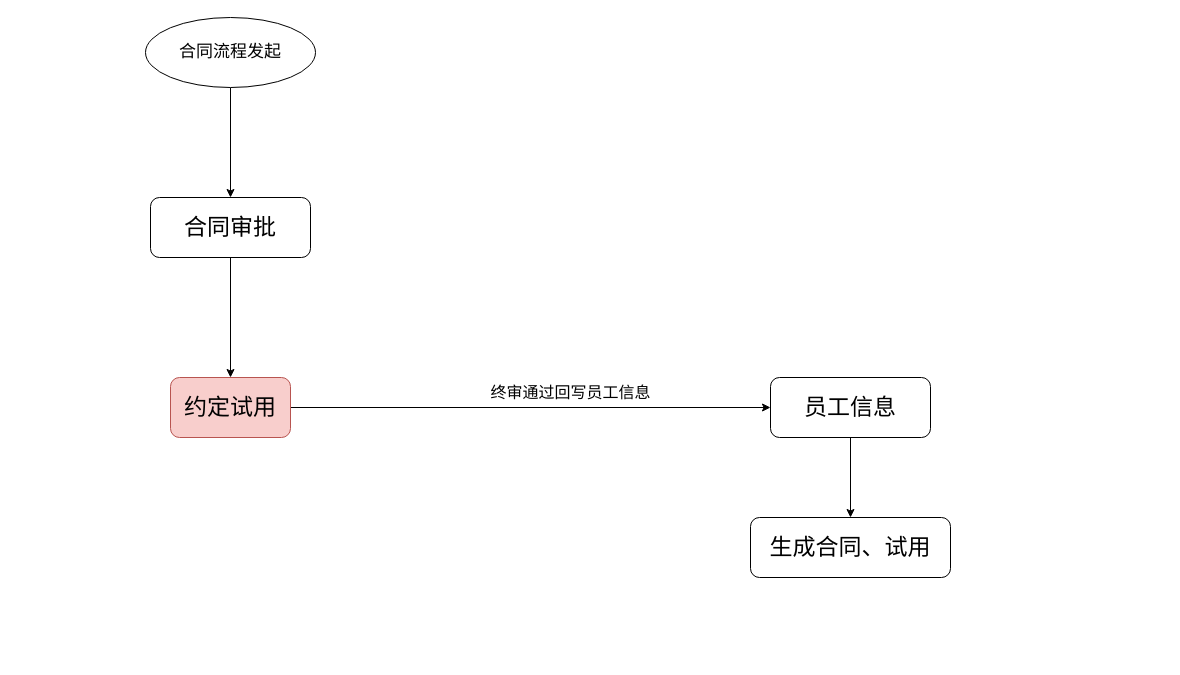
This is 合同试用期.drawio from Super-YYQ/drawIo, a draw.io file, before an edit. Source tidied: cells renumbered, new cells numbered last; positions are measured from the earlier drawing's top-left corner, leaving out a move shared by most shapes. Both pictures are drawn from the tidied source at 100%, with x=0, y=0 at pixel (145, 17).
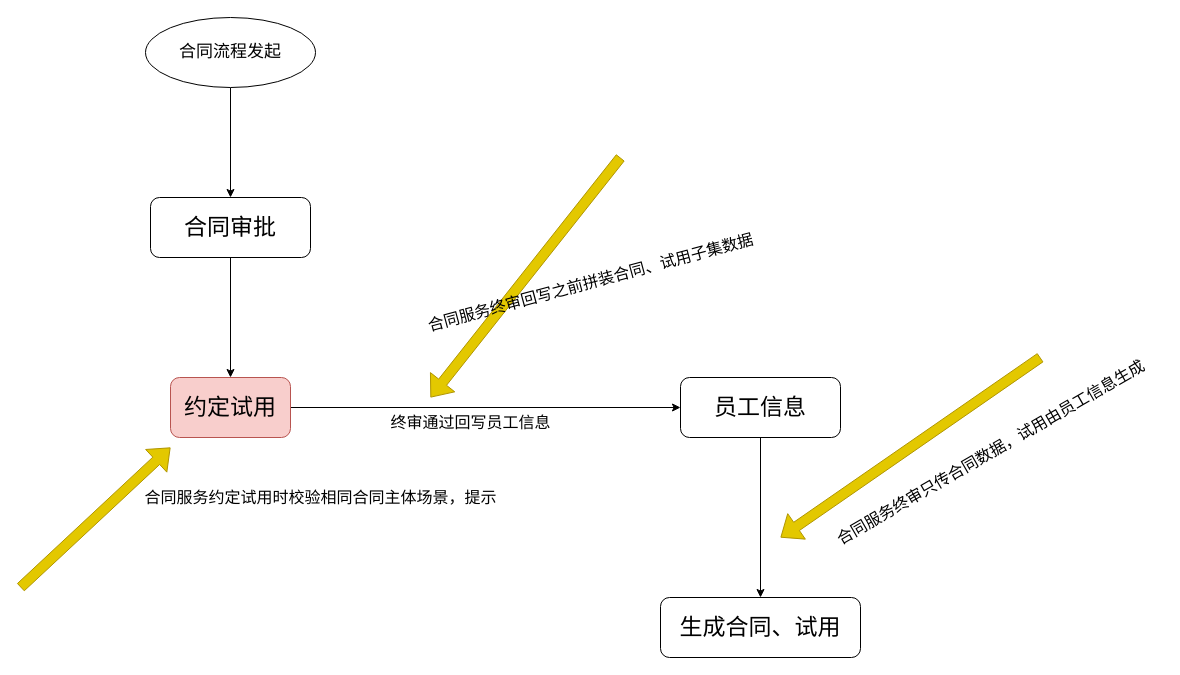
The same page after the edit.

Commit message (it also covers changes not shown here):
更新合同试用期.drawio

Change to the diagram source:
```diff
@@
     <mxCell id="7" value="员工信息" style="rounded=1;whiteSpace=wrap;html=1;fontSize=23;" parent="1" vertex="1">
-      <mxGeometry x="625" y="360" width="160" height="60" as="geometry" />
+      <mxGeometry x="535" y="360" width="160" height="60" as="geometry" />
     </mxCell>
     <mxCell id="8" value="终审通过回写员工信息" style="text;html=1;align=center;verticalAlign=middle;strokeColor=none;fillColor=none;fontSize=16;" parent="1" vertex="1">
-      <mxGeometry x="335" y="360" width="180" height="30" as="geometry" />
+      <mxGeometry x="235" y="390" width="180" height="30" as="geometry" />
     </mxCell>
     <mxCell id="9" value="生成合同、试用" style="rounded=1;whiteSpace=wrap;html=1;fontSize=23;" parent="1" vertex="1">
-      <mxGeometry x="605" y="500" width="200" height="60" as="geometry" />
+      <mxGeometry x="515" y="580" width="200" height="60" as="geometry" />
     </mxCell>
@@
+    <mxCell id="12" style="shape=flexArrow;endArrow=classic;html=1;rounded=0;fillColor=#e3c800;strokeColor=#B09500;" parent="1" edge="1">
+      <mxGeometry relative="1" as="geometry">
+        <mxPoint x="-125" y="570" as="sourcePoint" />
+        <mxPoint x="25" y="430" as="targetPoint" />
+      </mxGeometry>
+    </mxCell>
+    <mxCell id="13" style="shape=flexArrow;endArrow=classic;html=1;rounded=0;fillColor=#e3c800;strokeColor=#B09500;" parent="1" edge="1">
+      <mxGeometry relative="1" as="geometry">
+        <mxPoint x="475" y="140" as="sourcePoint" />
+        <mxPoint x="285" y="380" as="targetPoint" />
+      </mxGeometry>
+    </mxCell>
+    <mxCell id="14" style="shape=flexArrow;endArrow=classic;html=1;rounded=0;fillColor=#e3c800;strokeColor=#B09500;" parent="1" edge="1">
+      <mxGeometry relative="1" as="geometry">
+        <mxPoint x="895" y="340" as="sourcePoint" />
+        <mxPoint x="635" y="520" as="targetPoint" />
+      </mxGeometry>
+    </mxCell>
+    <mxCell id="15" value="合同服务终审回写之前拼装合同、试用子集数据" style="text;html=1;align=center;verticalAlign=middle;strokeColor=none;fillColor=none;rotation=-15;fontSize=16;" parent="1" vertex="1">
+      <mxGeometry x="265" y="250" width="360" height="30" as="geometry" />
+    </mxCell>
+    <mxCell id="16" value="合同服务终审只传合同数据，试用由员工信息生成" style="text;html=1;align=center;verticalAlign=middle;strokeColor=none;fillColor=none;rotation=-30;fontSize=16;" parent="1" vertex="1">
+      <mxGeometry x="655" y="420" width="380" height="30" as="geometry" />
+    </mxCell>
+    <mxCell id="17" value="合同服务约定试用时校验相同合同主体场景，提示" style="text;html=1;align=center;verticalAlign=middle;strokeColor=none;fillColor=none;rotation=0;fontSize=16;" parent="1" vertex="1">
+      <mxGeometry x="-15" y="465" width="380" height="30" as="geometry" />
+    </mxCell>
```
